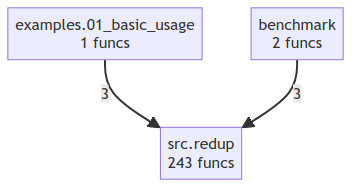
This is project/compact_flow.png from semcod/redup, a Mermaid export, as it was before one commit. Its source is kept beside it as project/compact_flow.mmd.
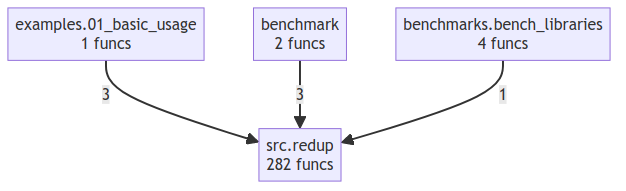
The same diagram one commit later.

The edit, as a diff of the source:
```diff
@@ -1,6 +1,8 @@
 flowchart TD
     benchmark["benchmark<br/>2 funcs"]
+    benchmarks_bench_libraries["benchmarks.bench_libraries<br/>4 funcs"]
     examples_01_basic_usage["examples.01_basic_usage<br/>1 funcs"]
-    src_redup["src.redup<br/>243 funcs"]
+    src_redup["src.redup<br/>282 funcs"]
     examples_01_basic_usage -->|3| src_redup
     benchmark -->|3| src_redup
+    benchmarks_bench_libraries -->|1| src_redup
```
